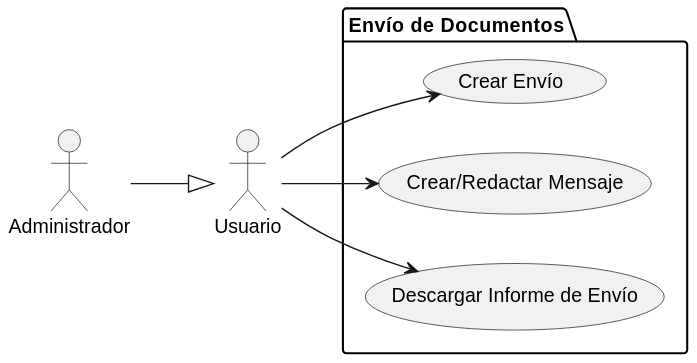
mmasias/24-25-IdSw1-SDR keeps this PlantUML diagram as docs/casosDeUso/diagramaCasosDeUso/envioDocumentos/envioDocumentos.svg. Above is the earlier version.
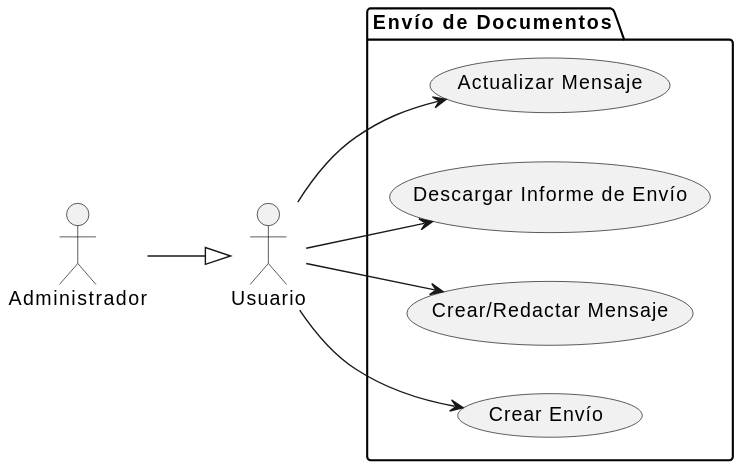
The same file after the commit.

Diff of the diagram source:
```diff
@@ -7,10 +7,12 @@
     usecase "Crear Envío" as ED1
     usecase "Crear/Redactar Mensaje" as ED2
     usecase "Descargar Informe de Envío" as ED3
+    usecase "Actualizar Mensaje" as ED4
 }
 
 Administrador --|> Usuario
 Usuario --> ED1
 Usuario --> ED2
 Usuario --> ED3
+Usuario --> ED4
 @enduml
```
